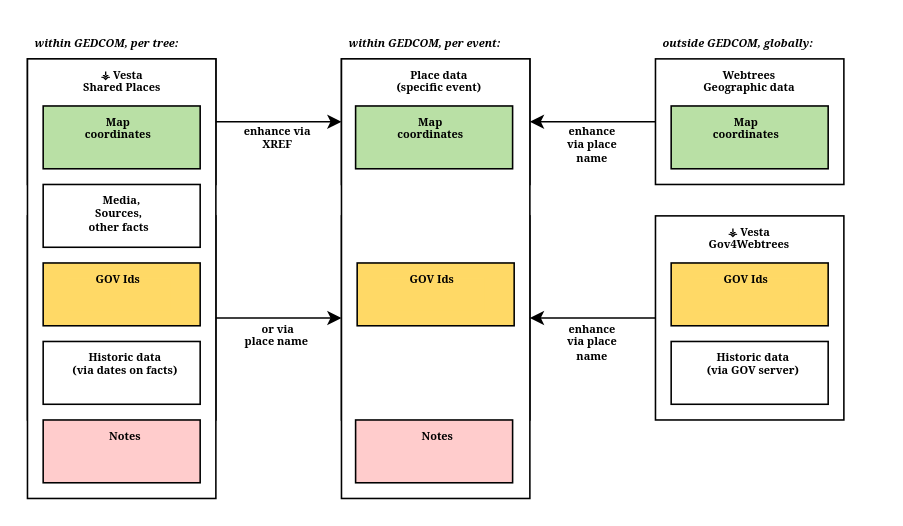
vesta-webtrees-2-custom-modules/vesta_common keeps this draw.io diagram as docs/src/LocationData.drawio. Above is the earlier version. Source tidied: cells renumbered, new cells numbered last; positions are measured from the earlier drawing's top-left corner, leaving out a move shared by most shapes. Both pictures are drawn from the tidied source at 157%, with x=0, y=0 at pixel (27, 42).
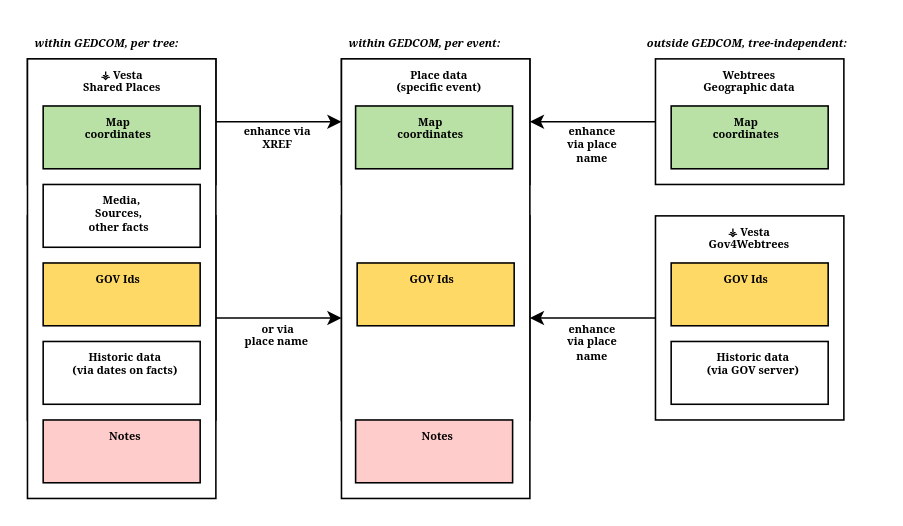
Above is the later version.

The edit, as a diff of the source:
```diff
@@
-    <mxCell id="45" value="&lt;p style=&quot;font-size: 7px&quot; align=&quot;left&quot;&gt;&lt;i&gt;&lt;font style=&quot;font-size: 7px&quot; face=&quot;Georgia&quot;&gt;&lt;b&gt;&lt;font style=&quot;font-size: 7px&quot;&gt;&lt;font style=&quot;font-size: 7px&quot;&gt;outside GEDCOM, globally:&lt;/font&gt;&lt;/font&gt;&lt;/b&gt;&lt;/font&gt;&lt;/i&gt;&lt;/p&gt;" style="text;html=1;strokeColor=none;fillColor=none;spacing=5;spacingTop=-20;whiteSpace=wrap;overflow=hidden;rounded=0;align=left;" parent="1" vertex="1">
-      <mxGeometry x="400" width="120" height="10" as="geometry" />
+    <mxCell id="45" value="&lt;p style=&quot;font-size: 7px&quot; align=&quot;left&quot;&gt;&lt;i&gt;&lt;font style=&quot;font-size: 7px&quot; face=&quot;Georgia&quot;&gt;&lt;b&gt;&lt;font style=&quot;font-size: 7px&quot;&gt;&lt;font style=&quot;font-size: 7px&quot;&gt;outside GEDCOM, tree-independent:&lt;/font&gt;&lt;/font&gt;&lt;/b&gt;&lt;/font&gt;&lt;/i&gt;&lt;/p&gt;" style="text;html=1;strokeColor=none;fillColor=none;spacing=5;spacingTop=-20;whiteSpace=wrap;overflow=hidden;rounded=0;align=left;" parent="1" vertex="1">
+      <mxGeometry x="390" width="150" height="10" as="geometry" />
     </mxCell>
```
